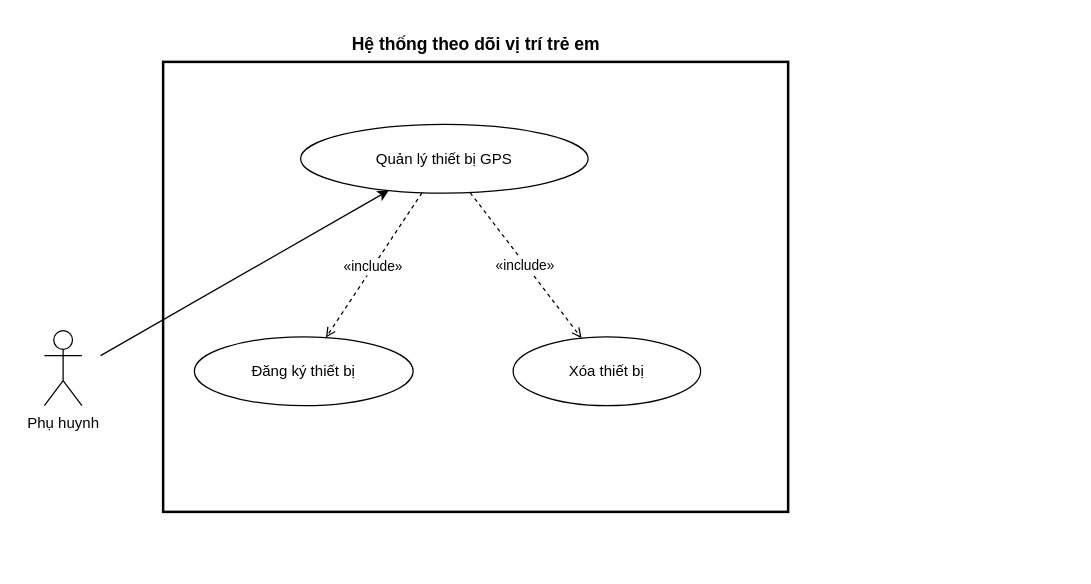
duongngdeptrai/DoAnTotNghiep_Working keeps this draw.io diagram as diagrams/usecase_phan_ra_thiet_bi.drawio. Above is the earlier version. Source tidied: cells renumbered, new cells numbered last; positions are measured from the earlier drawing's top-left corner, leaving out a move shared by most shapes. Both pictures are drawn from the tidied source at 125%, with x=0, y=0 at pixel (44, 21).
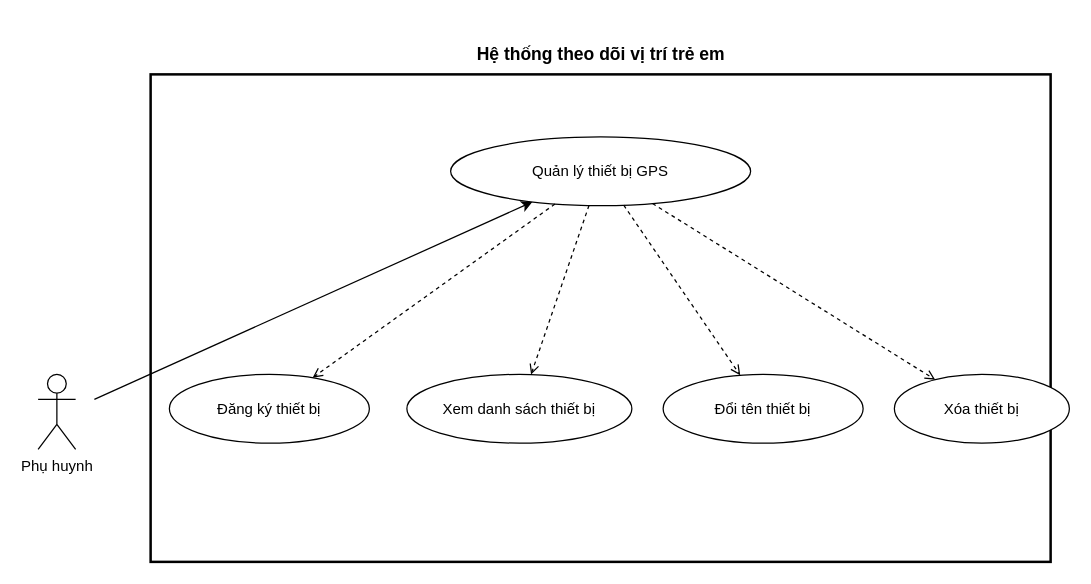
The same diagram, later.

What changed in the source:
```diff
@@
 <mxGraphModel>
   <root>
     <mxCell id="0" />
     <mxCell id="1" parent="0" />
     <mxCell id="2" style="rounded=0;whiteSpace=wrap;html=1;fillColor=none;strokeColor=#000000;strokeWidth=2;" parent="1" vertex="1">
-      <mxGeometry x="95" y="32" width="500" height="360" as="geometry" />
+      <mxGeometry x="85" y="42" width="720" height="390" as="geometry" />
     </mxCell>
     <mxCell id="3" value="&lt;b&gt;Hệ thống theo dõi vị trí trẻ em&lt;/b&gt;" style="text;html=1;align=center;verticalAlign=middle;fontSize=14;fillColor=none;strokeColor=none;" parent="1" vertex="1">
-      <mxGeometry x="145" width="400" height="36" as="geometry" />
+      <mxGeometry x="245" y="8" width="400" height="36" as="geometry" />
     </mxCell>
     <mxCell id="4" value="Quản lý thiết bị GPS" style="ellipse;whiteSpace=wrap;html=1;fontSize=12;fillColor=#ffffff;strokeColor=#000000;" parent="1" vertex="1">
-      <mxGeometry x="205" y="82" width="230" height="55" as="geometry" />
+      <mxGeometry x="325" y="92" width="240" height="55" as="geometry" />
     </mxCell>
     <mxCell id="5" value="Đăng ký thiết bị" style="ellipse;whiteSpace=wrap;html=1;fontSize=12;fillColor=#ffffff;strokeColor=#000000;" parent="1" vertex="1">
-      <mxGeometry x="120" y="252" width="175" height="55" as="geometry" />
+      <mxGeometry x="100" y="282" width="160" height="55" as="geometry" />
     </mxCell>
-    <mxCell id="6" value="Xóa thiết bị" style="ellipse;whiteSpace=wrap;html=1;fontSize=12;fillColor=#ffffff;strokeColor=#000000;" parent="1" vertex="1">
-      <mxGeometry x="375" y="252" width="150" height="55" as="geometry" />
+    <mxCell id="6" value="Xem danh sách thiết bị" style="ellipse;whiteSpace=wrap;html=1;fontSize=12;fillColor=#ffffff;strokeColor=#000000;" parent="1" vertex="1">
+      <mxGeometry x="290" y="282" width="180" height="55" as="geometry" />
     </mxCell>
+    <mxCell id="11" value="Đổi tên thiết bị" style="ellipse;whiteSpace=wrap;html=1;fontSize=12;fillColor=#ffffff;strokeColor=#000000;" parent="1" vertex="1">
+      <mxGeometry x="495" y="282" width="160" height="55" as="geometry" />
+    </mxCell>
+    <mxCell id="12" value="Xóa thiết bị" style="ellipse;whiteSpace=wrap;html=1;fontSize=12;fillColor=#ffffff;strokeColor=#000000;" parent="1" vertex="1">
+      <mxGeometry x="680" y="282" width="140" height="55" as="geometry" />
+    </mxCell>
-    <mxCell id="7" value="«include»" style="dashed=1;endArrow=open;endFill=0;fontSize=11;" parent="1" edge="1" source="4" target="5">
+    <mxCell id="7" style="dashed=1;endArrow=open;endFill=0;fontSize=11;" parent="1" edge="1" source="4" target="5">
       <mxGeometry relative="1" as="geometry" />
     </mxCell>
-    <mxCell id="8" value="«include»" style="dashed=1;endArrow=open;endFill=0;fontSize=11;" parent="1" edge="1" source="4" target="6">
+    <mxCell id="8" style="dashed=1;endArrow=open;endFill=0;fontSize=11;" parent="1" edge="1" source="4" target="6">
       <mxGeometry relative="1" as="geometry" />
     </mxCell>
+    <mxCell id="13" style="dashed=1;endArrow=open;endFill=0;fontSize=11;" parent="1" edge="1" source="4" target="11">
+      <mxGeometry relative="1" as="geometry" />
+    </mxCell>
+    <mxCell id="14" style="dashed=1;endArrow=open;endFill=0;fontSize=11;" parent="1" edge="1" source="4" target="12">
+      <mxGeometry relative="1" as="geometry" />
+    </mxCell>
     <mxCell id="9" value="Phụ huynh" style="shape=umlActor;verticalLabelPosition=bottom;verticalAlign=top;html=1;" parent="1" vertex="1">
-      <mxGeometry y="247" width="30" height="60" as="geometry" />
+      <mxGeometry x="-5" y="282" width="30" height="60" as="geometry" />
     </mxCell>
     <mxCell id="10" style="edgeStyle=none;" parent="1" edge="1" target="4">
       <mxGeometry relative="1" as="geometry">
-        <mxPoint x="45" y="267" as="sourcePoint" />
+        <mxPoint x="40" y="302" as="sourcePoint" />
       </mxGeometry>
     </mxCell>
   </root>
 </mxGraphModel>
```
